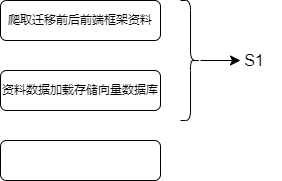
Before: 专利2.drawio.png, a diagram exported from draw.io (fydgmy/jubilant-potato). Source tidied: cells renumbered, new cells last; positions are measured from the earlier drawing's top-left corner, leaving out a move shared by most shapes.
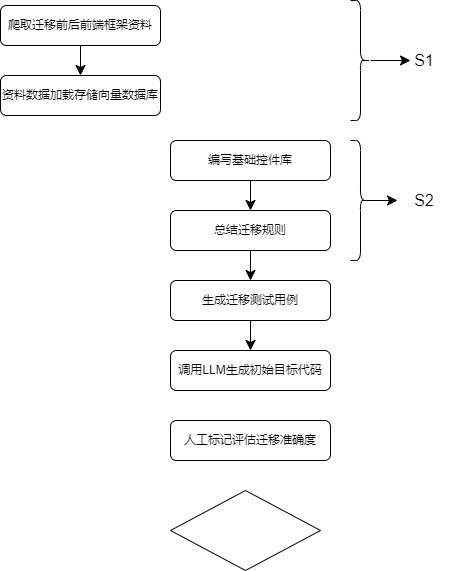
Above is the later version.

What changed in the source:
```diff
@@ -2,13 +2,19 @@
   <root>
     <mxCell id="0" />
     <mxCell id="1" parent="0" />
+    <mxCell id="8" style="edgeStyle=none;curved=1;rounded=0;jettySize=auto;html=1;exitX=0.5;exitY=1;exitDx=0;exitDy=0;entryX=0.5;entryY=0;entryDx=0;entryDy=0;fontSize=12;startSize=8;endSize=8;" parent="1" edge="1" source="2" target="3">
+      <mxGeometry relative="1" as="geometry" />
+    </mxCell>
     <mxCell id="2" value="爬取迁移前后前端框架资料" style="rounded=1;whiteSpace=wrap;html=1;fontSize=12;glass=0;strokeWidth=1;shadow=0;" parent="1" vertex="1">
-      <mxGeometry width="160" height="40" as="geometry" />
+      <mxGeometry x="-170" y="5" width="160" height="40" as="geometry" />
     </mxCell>
     <mxCell id="3" value="资料数据加载存储向量数据库" style="rounded=1;whiteSpace=wrap;html=1;fontSize=12;glass=0;strokeWidth=1;shadow=0;" parent="1" vertex="1">
-      <mxGeometry y="70" width="160" height="40" as="geometry" />
+      <mxGeometry x="-170" y="75" width="160" height="40" as="geometry" />
     </mxCell>
+    <mxCell id="9" style="edgeStyle=none;curved=1;rounded=0;jettySize=auto;html=1;exitX=0.5;exitY=1;exitDx=0;exitDy=0;entryX=0.5;entryY=0;entryDx=0;entryDy=0;fontSize=12;startSize=8;endSize=8;" parent="1" edge="1" source="4" target="11">
+      <mxGeometry relative="1" as="geometry" />
+    </mxCell>
-    <mxCell id="4" style="rounded=1;whiteSpace=wrap;html=1;fontSize=12;glass=0;strokeWidth=1;shadow=0;" parent="1" vertex="1">
+    <mxCell id="4" value="编写基础控件库" style="rounded=1;whiteSpace=wrap;html=1;fontSize=12;glass=0;strokeWidth=1;shadow=0;" parent="1" vertex="1">
       <mxGeometry y="140" width="160" height="40" as="geometry" />
     </mxCell>
     <mxCell id="5" style="edgeStyle=none;curved=1;rounded=0;jettySize=auto;html=1;fontSize=12;startSize=8;endSize=8;" parent="1" edge="1" source="6">
@@ -22,5 +28,35 @@
     <mxCell id="7" value="S1" style="text;strokeColor=none;fillColor=none;html=1;align=center;verticalAlign=middle;whiteSpace=wrap;rounded=0;fontSize=16;" parent="1" vertex="1">
       <mxGeometry x="227" y="45" width="54" height="30" as="geometry" />
     </mxCell>
+    <mxCell id="10" style="edgeStyle=none;curved=1;rounded=0;jettySize=auto;html=1;exitX=0.5;exitY=1;exitDx=0;exitDy=0;entryX=0.5;entryY=0;entryDx=0;entryDy=0;fontSize=12;startSize=8;endSize=8;" parent="1" edge="1" source="11" target="13">
+      <mxGeometry relative="1" as="geometry" />
+    </mxCell>
+    <mxCell id="11" value="总结迁移规则" style="rounded=1;whiteSpace=wrap;html=1;fontSize=12;glass=0;strokeWidth=1;shadow=0;" parent="1" vertex="1">
+      <mxGeometry y="210" width="160" height="40" as="geometry" />
+    </mxCell>
+    <mxCell id="12" style="edgeStyle=none;curved=1;rounded=0;jettySize=auto;html=1;exitX=0.5;exitY=1;exitDx=0;exitDy=0;entryX=0.5;entryY=0;entryDx=0;entryDy=0;fontSize=12;startSize=8;endSize=8;" parent="1" edge="1" source="13" target="17">
+      <mxGeometry relative="1" as="geometry" />
+    </mxCell>
+    <mxCell id="13" value="生成迁移测试用例" style="rounded=1;whiteSpace=wrap;html=1;fontSize=12;glass=0;strokeWidth=1;shadow=0;" parent="1" vertex="1">
+      <mxGeometry y="280" width="160" height="40" as="geometry" />
+    </mxCell>
+    <mxCell id="14" style="edgeStyle=none;curved=1;rounded=0;jettySize=auto;html=1;exitX=0.1;exitY=0.5;exitDx=0;exitDy=0;exitPerimeter=0;fontSize=12;startSize=8;endSize=8;" parent="1" edge="1" source="15" target="16">
+      <mxGeometry relative="1" as="geometry" />
+    </mxCell>
+    <mxCell id="15" style="shape=curlyBracket;whiteSpace=wrap;html=1;rounded=1;flipH=1;labelPosition=right;verticalLabelPosition=middle;align=left;verticalAlign=middle;fontSize=16;" parent="1" vertex="1">
+      <mxGeometry x="180" y="140" width="20" height="120" as="geometry" />
+    </mxCell>
+    <mxCell id="16" value="S2" style="text;strokeColor=none;fillColor=none;html=1;align=center;verticalAlign=middle;whiteSpace=wrap;rounded=0;fontSize=16;" parent="1" vertex="1">
+      <mxGeometry x="227" y="185" width="54" height="30" as="geometry" />
+    </mxCell>
+    <mxCell id="17" value="调用LLM生成初始目标代码" style="rounded=1;whiteSpace=wrap;html=1;fontSize=12;glass=0;strokeWidth=1;shadow=0;" parent="1" vertex="1">
+      <mxGeometry y="350" width="160" height="40" as="geometry" />
+    </mxCell>
+    <mxCell id="18" value="人工标记评估迁移准确度" style="rounded=1;whiteSpace=wrap;html=1;fontSize=12;glass=0;strokeWidth=1;shadow=0;" parent="1" vertex="1">
+      <mxGeometry y="420" width="160" height="40" as="geometry" />
+    </mxCell>
+    <mxCell id="19" style="rhombus;whiteSpace=wrap;html=1;fontSize=16;" parent="1" vertex="1">
+      <mxGeometry y="490" width="150" height="80" as="geometry" />
+    </mxCell>
   </root>
 </mxGraphModel>
```
